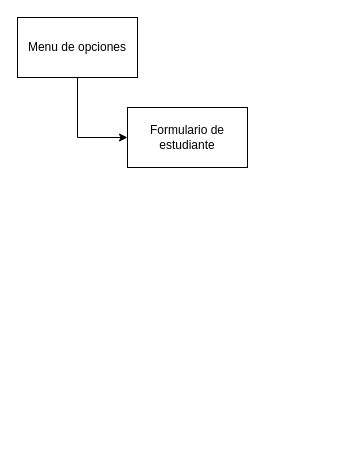
This is recursos/site map.drawio from ProgramsAreNotWorking/SEGUNDO-PARCIAL-DESARROLLO-DE-SOFTWARE, a draw.io file, before an edit. Source tidied: cells renumbered, new cells numbered last; positions are measured from the earlier drawing's top-left corner, leaving out a move shared by most shapes. Both pictures are drawn from the tidied source at 100%, with x=0, y=0 at pixel (17, 17).
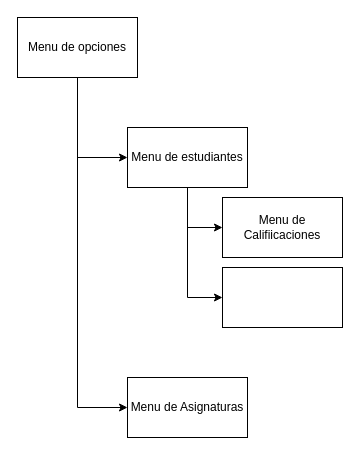
The same diagram, later.

Diff of the diagram source:
```diff
@@
 <mxGraphModel>
   <root>
     <mxCell id="0" />
     <mxCell id="1" parent="0" />
-    <mxCell id="2" style="edgeStyle=orthogonalEdgeStyle;rounded=0;jettySize=auto;html=1;entryX=0;entryY=0.5;entryDx=0;entryDy=0;exitX=0.5;exitY=1;exitDx=0;exitDy=0;" parent="1" edge="1" source="3" target="4">
-      <mxGeometry relative="1" as="geometry" />
-    </mxCell>
+    <mxCell id="5" style="edgeStyle=orthogonalEdgeStyle;rounded=0;jettySize=auto;html=1;entryX=0;entryY=0.5;entryDx=0;entryDy=0;" parent="1" edge="1" source="3" target="9">
+      <mxGeometry relative="1" as="geometry" />
+    </mxCell>
+    <mxCell id="6" style="edgeStyle=orthogonalEdgeStyle;rounded=0;jettySize=auto;html=1;entryX=0;entryY=0.5;entryDx=0;entryDy=0;" parent="1" edge="1" source="3" target="10">
+      <mxGeometry relative="1" as="geometry">
+        <Array as="points">
+          <mxPoint x="60" y="390" />
+        </Array>
+      </mxGeometry>
+    </mxCell>
     <mxCell id="3" value="Menu de opciones" style="rounded=0;whiteSpace=wrap;html=1;" parent="1" vertex="1">
       <mxGeometry width="120" height="60" as="geometry" />
     </mxCell>
-    <mxCell id="4" value="Formulario de estudiante" style="rounded=0;whiteSpace=wrap;html=1;" parent="1" vertex="1">
-      <mxGeometry x="110" y="90" width="120" height="60" as="geometry" />
-    </mxCell>
+    <mxCell id="7" style="edgeStyle=orthogonalEdgeStyle;rounded=0;jettySize=auto;html=1;entryX=0;entryY=0.5;entryDx=0;entryDy=0;" parent="1" edge="1" source="9" target="11">
+      <mxGeometry relative="1" as="geometry" />
+    </mxCell>
+    <mxCell id="8" style="edgeStyle=orthogonalEdgeStyle;rounded=0;jettySize=auto;html=1;entryX=0;entryY=0.5;entryDx=0;entryDy=0;" parent="1" edge="1" source="9" target="12">
+      <mxGeometry relative="1" as="geometry" />
+    </mxCell>
+    <mxCell id="9" value="Menu de estudiantes" style="rounded=0;whiteSpace=wrap;html=1;" parent="1" vertex="1">
+      <mxGeometry x="110" y="110" width="120" height="60" as="geometry" />
+    </mxCell>
+    <mxCell id="10" value="Menu de Asignaturas" style="rounded=0;whiteSpace=wrap;html=1;" parent="1" vertex="1">
+      <mxGeometry x="110" y="360" width="120" height="60" as="geometry" />
+    </mxCell>
+    <mxCell id="11" value="Menu de Califiicaciones" style="rounded=0;whiteSpace=wrap;html=1;" parent="1" vertex="1">
+      <mxGeometry x="205" y="180" width="120" height="60" as="geometry" />
+    </mxCell>
+    <mxCell id="12" style="rounded=0;whiteSpace=wrap;html=1;" parent="1" vertex="1">
+      <mxGeometry x="205" y="250" width="120" height="60" as="geometry" />
+    </mxCell>
   </root>
 </mxGraphModel>
```
